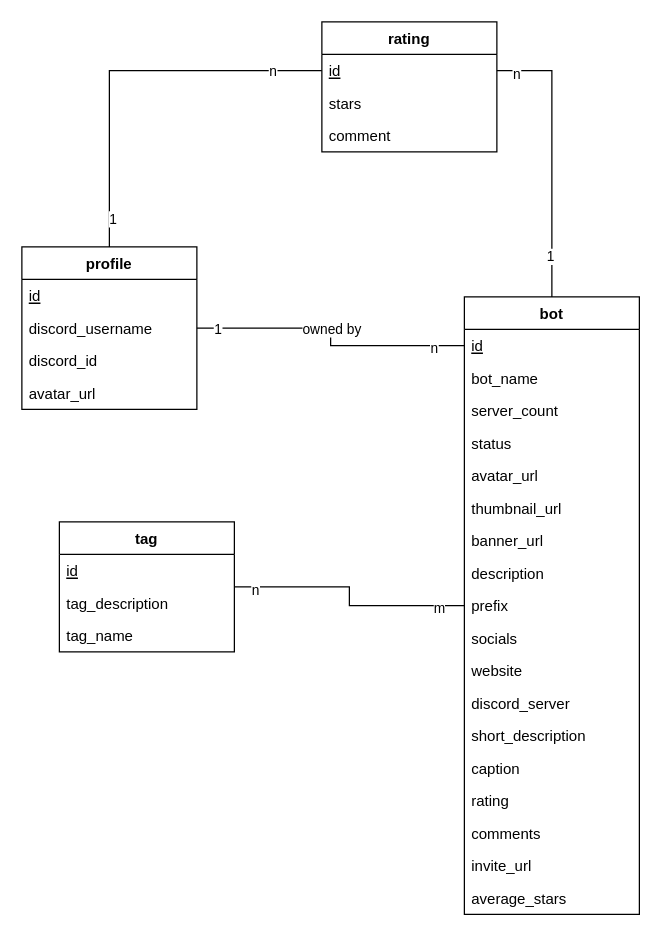
Before: concept/schema.drawio in Azorimor/discordlists, a draw.io diagram. Source tidied: cells renumbered, new cells numbered last; positions are measured from the earlier drawing's top-left corner, leaving out a move shared by most shapes. Both pictures are drawn from the tidied source at 125%, with x=0, y=0 at pixel (21, 21).
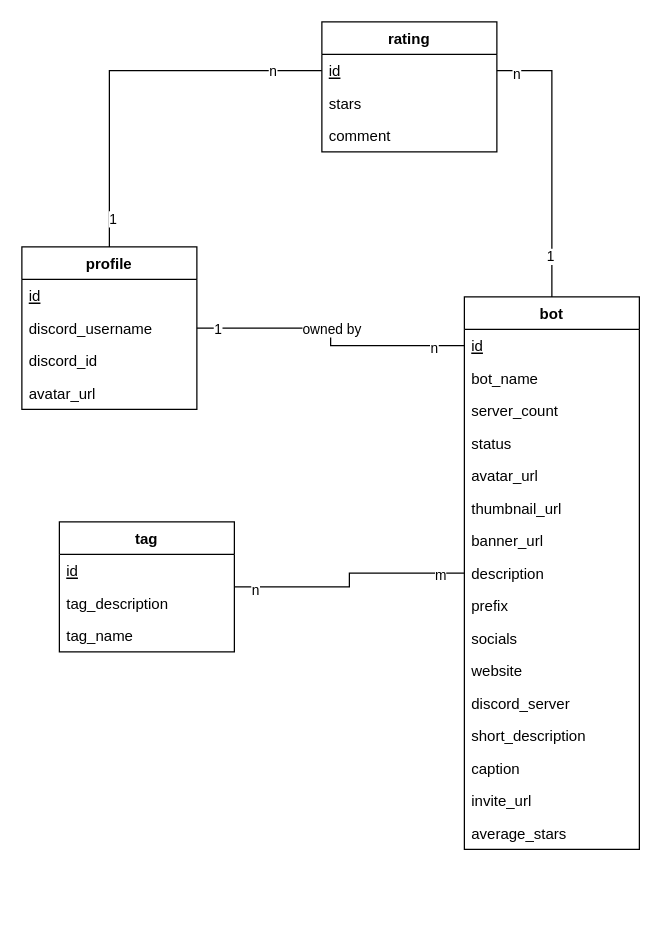
The same diagram, later.

The edit, as a diff of the source:
```diff
@@
     <mxCell id="2" value="bot" style="swimlane;fontStyle=1;horizontal=1;startSize=26;fillColor=none;" parent="1" vertex="1">
-      <mxGeometry x="354" y="220" width="140" height="494" as="geometry" />
+      <mxGeometry x="354" y="220" width="140" height="442" as="geometry" />
     </mxCell>
@@
-    <mxCell id="17" value="rating" style="text;strokeColor=none;fillColor=none;align=left;verticalAlign=top;spacingLeft=4;spacingRight=4;overflow=hidden;" parent="2" vertex="1">
-      <mxGeometry y="390" width="140" height="26" as="geometry" />
-    </mxCell>
-    <mxCell id="18" value="comments" style="text;strokeColor=none;fillColor=none;align=left;verticalAlign=top;spacingLeft=4;spacingRight=4;overflow=hidden;" parent="2" vertex="1">
-      <mxGeometry y="416" width="140" height="26" as="geometry" />
-    </mxCell>
     <mxCell id="19" value="invite_url" style="text;strokeColor=none;fillColor=none;align=left;verticalAlign=top;spacingLeft=4;spacingRight=4;overflow=hidden;" parent="2" vertex="1">
-      <mxGeometry y="442" width="140" height="26" as="geometry" />
+      <mxGeometry y="390" width="140" height="26" as="geometry" />
     </mxCell>
     <mxCell id="20" value="average_stars" style="text;strokeColor=none;fillColor=none;align=left;verticalAlign=top;spacingLeft=4;spacingRight=4;overflow=hidden;" parent="2" vertex="1">
-      <mxGeometry y="468" width="140" height="26" as="geometry" />
+      <mxGeometry y="416" width="140" height="26" as="geometry" />
     </mxCell>
```
